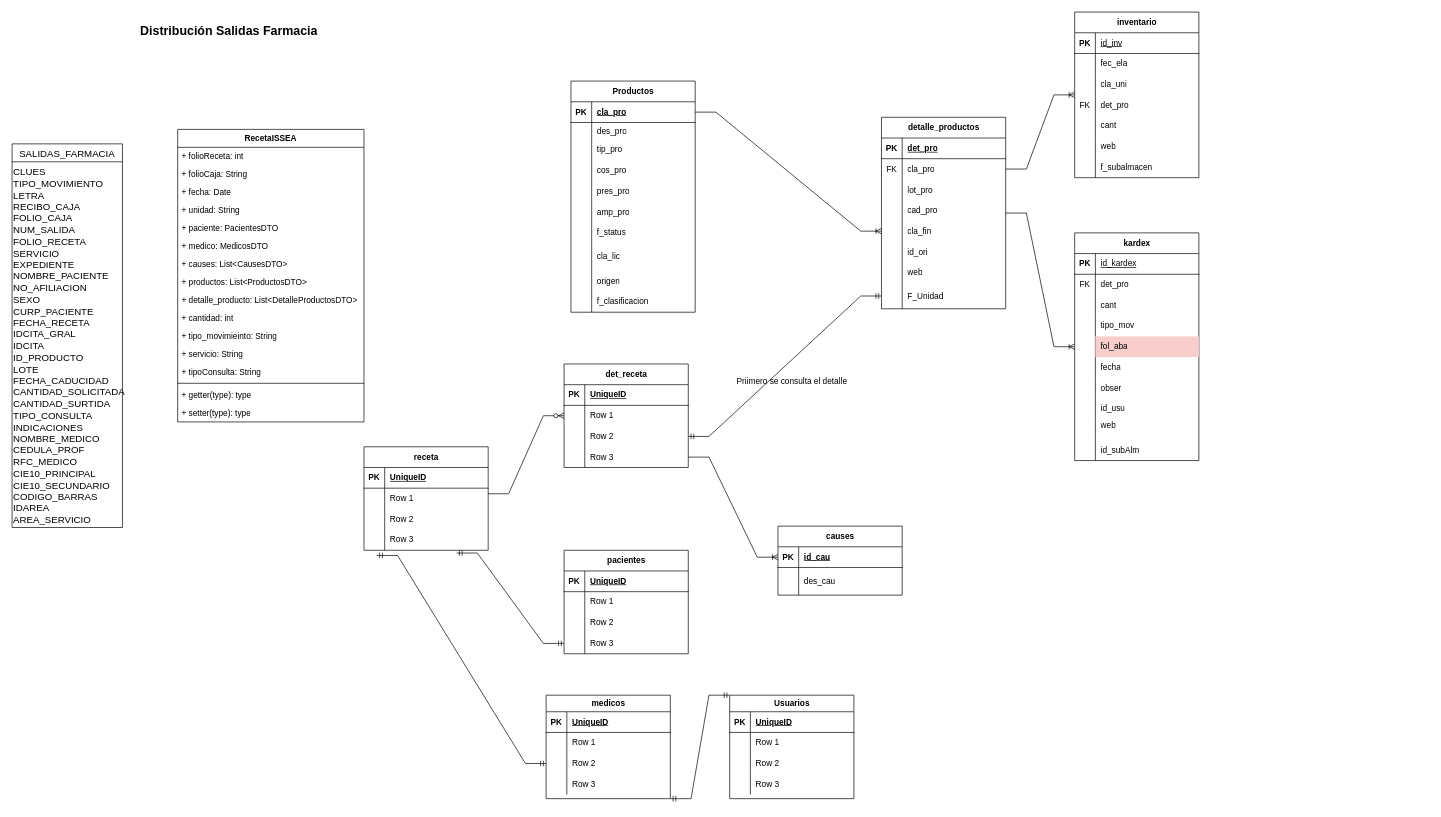
Before: SalidasFarmacia.drawio in ErnestoDanielTafoyaMolinaCYM/clases-cat-cym, a draw.io diagram. Source tidied: cells renumbered, new cells numbered last; positions are measured from the earlier drawing's top-left corner, leaving out a move shared by most shapes. Both pictures are drawn from the tidied source at 69%, with x=0, y=0 at pixel (12, 12).
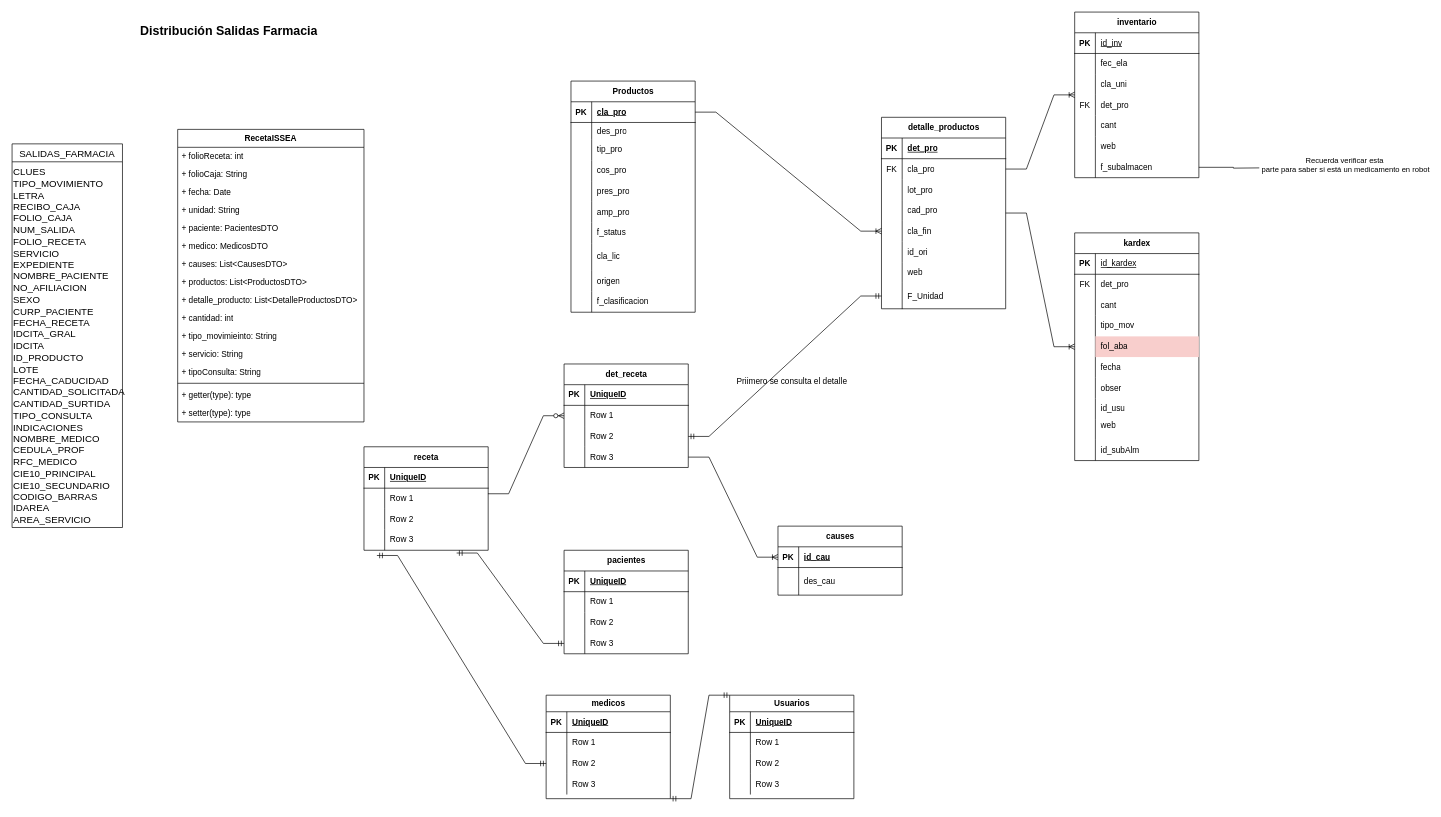
The same diagram, later.

Unchanged cells that the change refers to:
```xml
<mxCell id="11" style="group;" parent="1" vertex="1">
  <mxGeometry x="1260" width="460" height="650" as="geometry" />
</mxCell>
<mxCell id="56" style="shape=tableRow;horizontal=0;startSize=0;swimlaneHead=0;swimlaneBody=0;fillColor=none;points=[[0,0.5],[1,0.5]];portConstraint=eastwest;top=0;left=0;right=0;bottom=0;" parent="37" vertex="1">
  <mxGeometry y="210" width="180" height="30" as="geometry" />
</mxCell>
```

What changed in the source:
```diff
@@
+    <mxCell id="214" style="edgeStyle=orthogonalEdgeStyle;rounded=0;jettySize=auto;html=1;exitX=1;exitY=0.5;exitDx=0;exitDy=0;" parent="11" edge="1" source="56">
+      <mxGeometry relative="1" as="geometry">
+        <mxPoint x="560" y="225.7" as="targetPoint" />
+      </mxGeometry>
+    </mxCell>
+    <mxCell id="215" value="Recuerda verificar esta&lt;div&gt;&amp;nbsp;parte para saber si está un medicamento en robot&lt;div&gt;&lt;br&gt;&lt;/div&gt;&lt;/div&gt;" style="edgeLabel;html=1;align=center;verticalAlign=middle;" parent="214" vertex="1">
+      <mxGeometry x="0.92" y="1" relative="1" as="geometry">
+        <mxPoint x="115" y="3" as="offset" />
+      </mxGeometry>
+    </mxCell>
```
